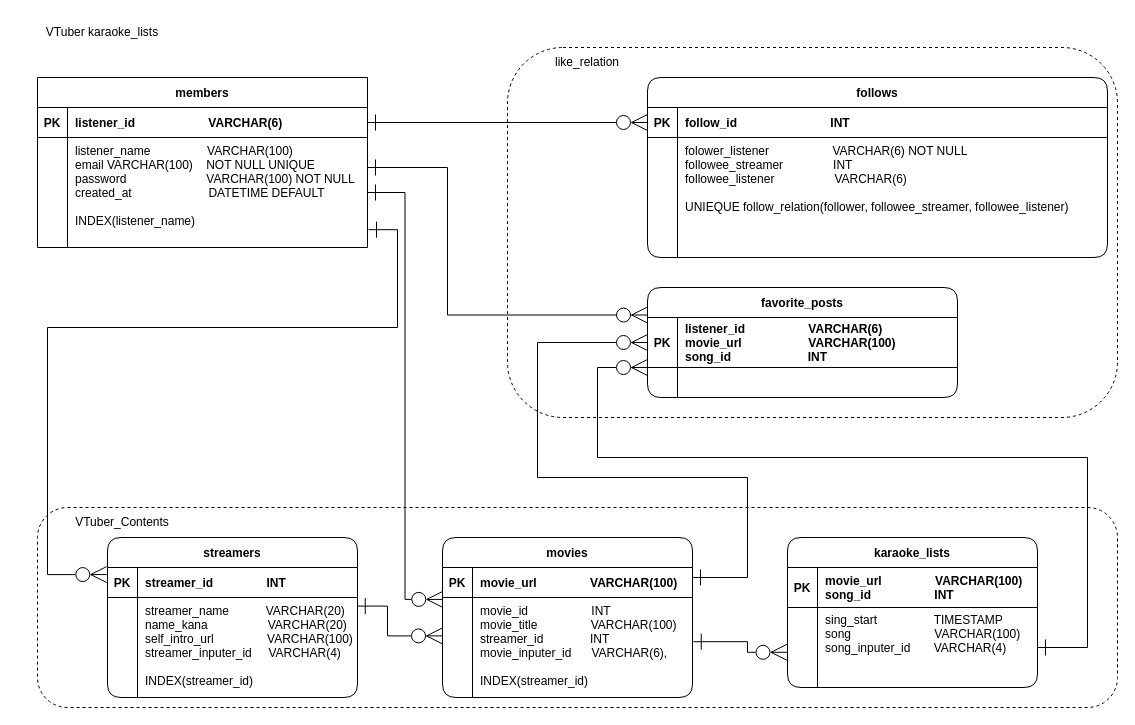
Earlier version of the draw.io diagram 名称未設定ファイル.drawio (shari-sushi/V-Kara-Lists). Source tidied: cells renumbered, new cells numbered last; positions are measured from the earlier drawing's top-left corner, leaving out a move shared by most shapes. Both pictures are drawn from the tidied source at 100%, with x=0, y=0 at pixel (17, 17).
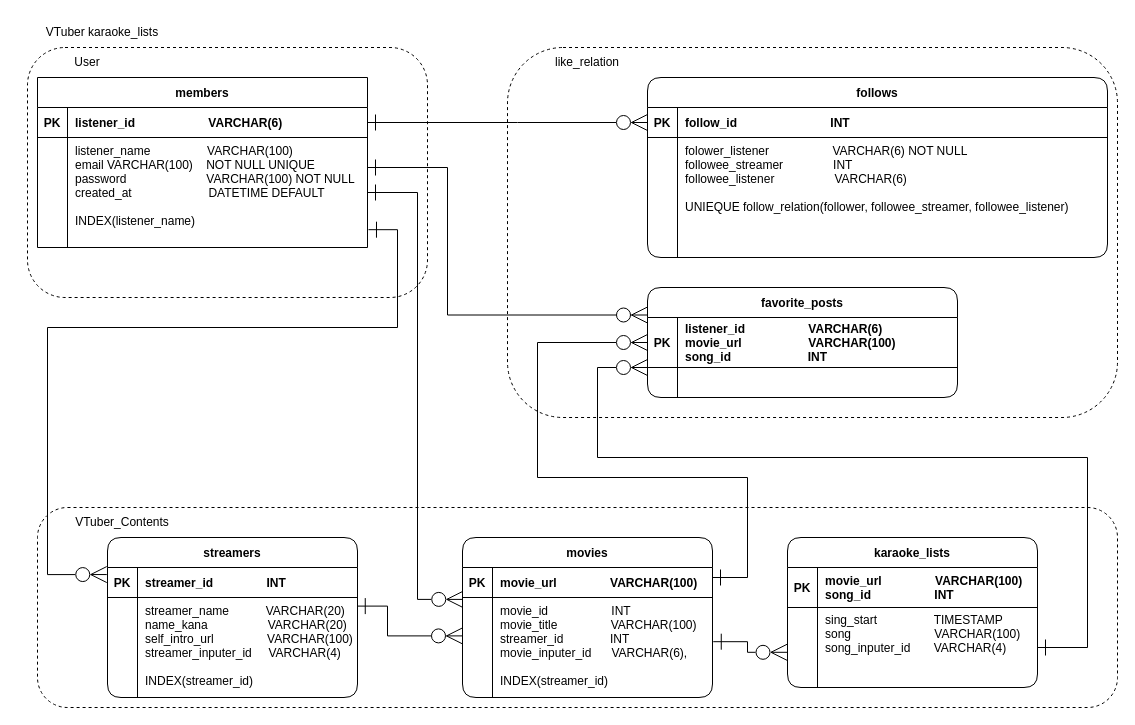
The same diagram, later.

Commit message:
背景調整等

The change refers to these unchanged cells:
```xml
<mxCell id="22" style="shape=partialRectangle;fillColor=none;points=[[0,0.5],[1,0.5]];portConstraint=eastwest;top=0;left=0;right=0;bottom=0;" parent="18" vertex="1">
  <mxGeometry y="60" width="250" height="100" as="geometry" />
</mxCell>
<mxCell id="36" style="shape=partialRectangle;fillColor=none;points=[[0,0.5],[1,0.5]];portConstraint=eastwest;top=0;left=0;right=0;bottom=0;" parent="32" vertex="1">
  <mxGeometry y="60" width="330" height="110" as="geometry" />
</mxCell>
```

Change to the diagram source:
```diff
@@
+    <mxCell id="57" style="rounded=1;whiteSpace=wrap;html=1;dashed=1;" parent="1" vertex="1">
+      <mxGeometry x="10" y="30" width="400" height="250" as="geometry" />
+    </mxCell>
+    <mxCell id="58" value="User" style="text;strokeColor=none;align=center;fillColor=none;html=1;verticalAlign=middle;whiteSpace=wrap;rounded=0;" parent="1" vertex="1">
+      <mxGeometry x="40" y="30" width="60" height="30" as="geometry" />
+    </mxCell>
@@
     <mxCell id="18" value="movies" style="shape=table;startSize=30;childLayout=tableLayout;rowLines=0;fontStyle=1;align=center;rounded=1;" parent="1" vertex="1">
-      <mxGeometry x="425" y="520" width="250" height="160" as="geometry" />
+      <mxGeometry x="445" y="520" width="250" height="160" as="geometry" />
     </mxCell>
@@
     <mxCell id="53" style="edgeStyle=orthogonalEdgeStyle;fontSize=12;html=1;endArrow=ERzeroToMany;startArrow=ERone;rounded=0;entryX=0.001;entryY=0.019;entryDx=0;entryDy=0;entryPerimeter=0;startFill=0;endFill=0;endSize=14;startSize=14;exitX=1;exitY=0.5;exitDx=0;exitDy=0;" parent="1" edge="1" source="36" target="22">
-      <mxGeometry relative="1" as="geometry" />
+      <mxGeometry relative="1" as="geometry">
+        <Array as="points">
+          <mxPoint x="400" y="175" />
+          <mxPoint x="400" y="582" />
+        </Array>
+      </mxGeometry>
     </mxCell>
```
